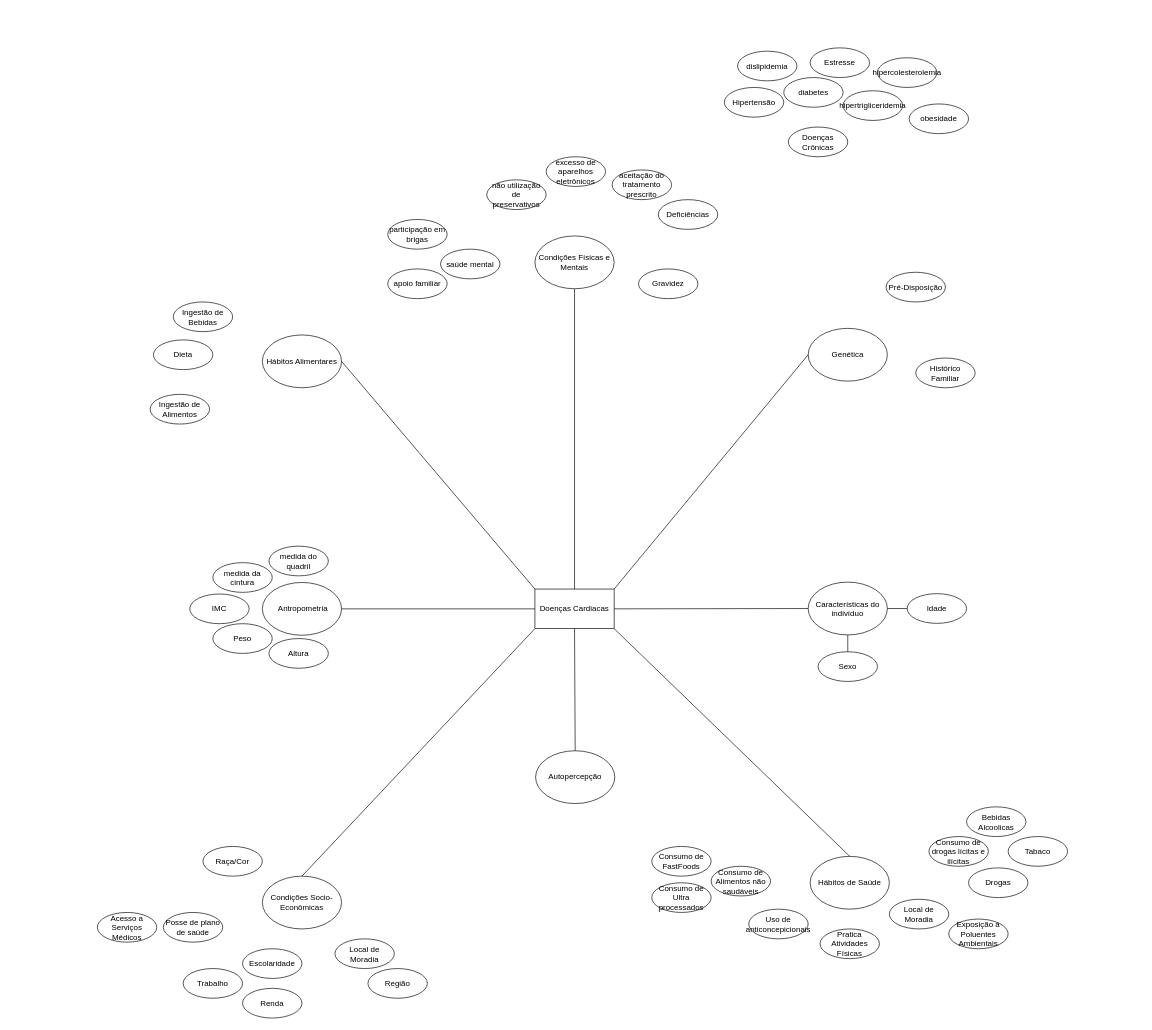
This is Adicionais/Diagrama sem nome.drawio from lay127/MD_DoencasCardiacas, a draw.io file, before an edit. Source tidied: cells renumbered, new cells numbered last; positions are measured from the earlier drawing's top-left corner, leaving out a move shared by most shapes. Both pictures are drawn from the tidied source at 66%, with x=0, y=0 at pixel (97, 48).
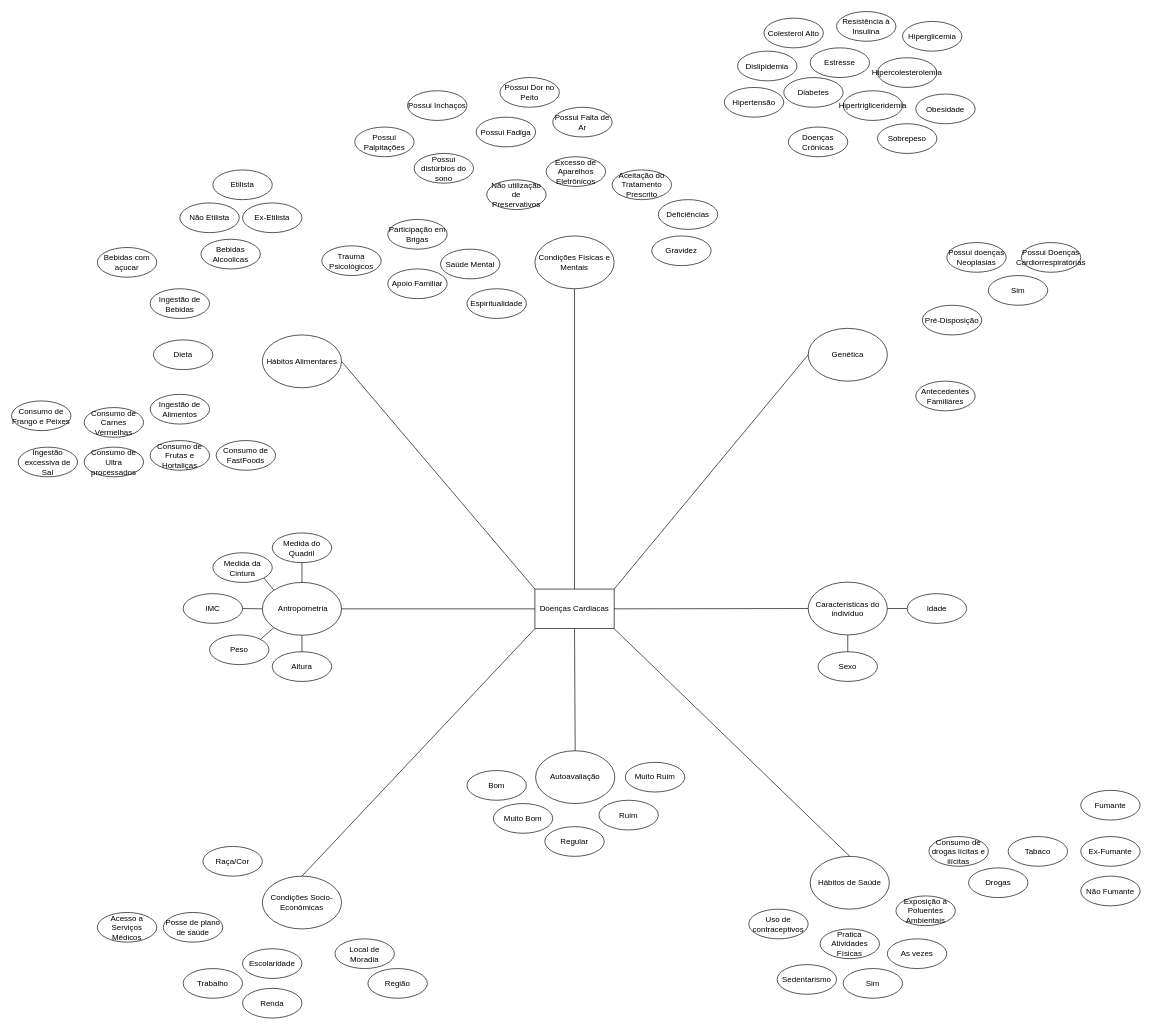
The same diagram, later.

The change refers to these unchanged cells:
```xml
<mxCell id="3" value="&amp;nbsp;Antropometria" style="ellipse;whiteSpace=wrap;html=1;fontStyle=0;" parent="1" vertex="1">
  <mxGeometry x="250" y="810" width="120" height="80" as="geometry" />
</mxCell>
```

What changed in the source:
```diff
@@
     <mxCell id="6" value="Peso" style="ellipse;whiteSpace=wrap;html=1;fontStyle=0;" parent="1" vertex="1">
-      <mxGeometry x="175" y="872.5" width="90" height="45" as="geometry" />
+      <mxGeometry x="170" y="889.5" width="90" height="45" as="geometry" />
     </mxCell>
     <mxCell id="7" value="Altura" style="ellipse;whiteSpace=wrap;html=1;fontStyle=0;" parent="1" vertex="1">
-      <mxGeometry x="260" y="895" width="90" height="45" as="geometry" />
+      <mxGeometry x="265" y="915" width="90" height="45" as="geometry" />
     </mxCell>
-    <mxCell id="8" value="medida da cintura" style="ellipse;whiteSpace=wrap;html=1;fontStyle=0;" parent="1" vertex="1">
-      <mxGeometry x="175" y="780" width="90" height="45" as="geometry" />
+    <mxCell id="8" value="Medida da Cintura" style="ellipse;whiteSpace=wrap;html=1;fontStyle=0;" parent="1" vertex="1">
+      <mxGeometry x="175" y="765" width="90" height="45" as="geometry" />
     </mxCell>
     <mxCell id="9" value="IMC" style="ellipse;whiteSpace=wrap;html=1;fontStyle=0;" parent="1" vertex="1">
-      <mxGeometry x="140" y="827.5" width="90" height="45" as="geometry" />
+      <mxGeometry x="130" y="827" width="90" height="45" as="geometry" />
     </mxCell>
-    <mxCell id="10" value="medida do quadril" style="ellipse;whiteSpace=wrap;html=1;fontStyle=0;" parent="1" vertex="1">
-      <mxGeometry x="260" y="755" width="90" height="45" as="geometry" />
+    <mxCell id="10" value="Medida do Quadril" style="ellipse;whiteSpace=wrap;html=1;fontStyle=0;" parent="1" vertex="1">
+      <mxGeometry x="265" y="735" width="90" height="45" as="geometry" />
     </mxCell>
@@
-    <mxCell id="26" value="Autopercepção" style="ellipse;whiteSpace=wrap;html=1;fontStyle=0;" parent="1" vertex="1">
+    <mxCell id="26" value="Autoavaliação" style="ellipse;whiteSpace=wrap;html=1;fontStyle=0;" parent="1" vertex="1">
       <mxGeometry x="664" y="1065" width="120" height="80" as="geometry" />
     </mxCell>
@@
-    <mxCell id="37" value="Bebidas Alcoolicas" style="ellipse;whiteSpace=wrap;html=1;fontStyle=0;" parent="1" vertex="1">
-      <mxGeometry x="1317" y="1150" width="90" height="45" as="geometry" />
-    </mxCell>
@@
-    <mxCell id="40" value="&lt;span class=&quot;notion-enable-hover&quot; style=&quot;&quot;&gt;Exposição a Poluentes Ambientais&lt;/span&gt;" style="ellipse;whiteSpace=wrap;html=1;fontStyle=0;" parent="1" vertex="1">
-      <mxGeometry x="1290" y="1320" width="90" height="45" as="geometry" />
-    </mxCell>
-    <mxCell id="41" value="Consumo de Ultra processados" style="ellipse;whiteSpace=wrap;html=1;fontStyle=0;" parent="1" vertex="1">
-      <mxGeometry x="840" y="1265" width="90" height="45" as="geometry" />
+    <mxCell id="41" value="Ingestão excessiva de Sal" style="ellipse;whiteSpace=wrap;html=1;fontStyle=0;" parent="1" vertex="1">
+      <mxGeometry x="-120" y="605" width="90" height="45" as="geometry" />
     </mxCell>
@@
-    <mxCell id="43" value="Local de Moradia" style="ellipse;whiteSpace=wrap;html=1;fontStyle=0;" parent="1" vertex="1">
-      <mxGeometry x="1200" y="1290" width="90" height="45" as="geometry" />
-    </mxCell>
-    <mxCell id="44" value="Uso de anticoncepicionais" style="ellipse;whiteSpace=wrap;html=1;fontStyle=0;" parent="1" vertex="1">
+    <mxCell id="44" value="Uso de contraceptivos" style="ellipse;whiteSpace=wrap;html=1;fontStyle=0;" parent="1" vertex="1">
       <mxGeometry x="987" y="1305" width="90" height="45" as="geometry" />
     </mxCell>
@@
-    <mxCell id="46" value="participação em brigas" style="ellipse;whiteSpace=wrap;html=1;fontStyle=0;" parent="1" vertex="1">
+    <mxCell id="46" value="Participação em Brigas" style="ellipse;whiteSpace=wrap;html=1;fontStyle=0;" parent="1" vertex="1">
       <mxGeometry x="440" y="260" width="90" height="45" as="geometry" />
     </mxCell>
@@
-    <mxCell id="48" value="apoio familiar" style="ellipse;whiteSpace=wrap;html=1;fontStyle=0;" parent="1" vertex="1">
+    <mxCell id="48" value="Apoio Familiar" style="ellipse;whiteSpace=wrap;html=1;fontStyle=0;" parent="1" vertex="1">
       <mxGeometry x="440" y="335" width="90" height="45" as="geometry" />
     </mxCell>
-    <mxCell id="49" value="não utilização de preservativos" style="ellipse;whiteSpace=wrap;html=1;fontStyle=0;" parent="1" vertex="1">
+    <mxCell id="49" value="Não utilização de Preservativos" style="ellipse;whiteSpace=wrap;html=1;fontStyle=0;" parent="1" vertex="1">
       <mxGeometry x="590" y="200" width="90" height="45" as="geometry" />
     </mxCell>
     <mxCell id="50" value="Ingestão de Bebidas" style="ellipse;whiteSpace=wrap;html=1;fontStyle=0;" parent="1" vertex="1">
-      <mxGeometry x="115" y="385" width="90" height="45" as="geometry" />
+      <mxGeometry x="80" y="365" width="90" height="45" as="geometry" />
     </mxCell>
-    <mxCell id="51" value="saúde mental" style="ellipse;whiteSpace=wrap;html=1;fontStyle=0;" parent="1" vertex="1">
+    <mxCell id="51" value="Saúde Mental" style="ellipse;whiteSpace=wrap;html=1;fontStyle=0;" parent="1" vertex="1">
       <mxGeometry x="520" y="305" width="90" height="45" as="geometry" />
     </mxCell>
@@
-    <mxCell id="54" value="aceitação do tratamento prescrito" style="ellipse;whiteSpace=wrap;html=1;fontStyle=0;" parent="1" vertex="1">
+    <mxCell id="54" value="Aceitação do Tratamento Prescrito" style="ellipse;whiteSpace=wrap;html=1;fontStyle=0;" parent="1" vertex="1">
       <mxGeometry x="780" y="185" width="90" height="45" as="geometry" />
     </mxCell>
-    <mxCell id="55" value="excesso de aparelhos eletrônicos" style="ellipse;whiteSpace=wrap;html=1;fontStyle=0;" parent="1" vertex="1">
+    <mxCell id="55" value="Excesso de Aparelhos Eletrônicos" style="ellipse;whiteSpace=wrap;html=1;fontStyle=0;" parent="1" vertex="1">
       <mxGeometry x="680" y="165" width="90" height="45" as="geometry" />
     </mxCell>
     <mxCell id="56" value="Gravidez" style="ellipse;whiteSpace=wrap;html=1;fontStyle=0;" parent="1" vertex="1">
-      <mxGeometry x="820" y="335" width="90" height="45" as="geometry" />
+      <mxGeometry x="840" y="285" width="90" height="45" as="geometry" />
     </mxCell>
-    <mxCell id="57" value="Histórico Familiar" style="ellipse;whiteSpace=wrap;html=1;fontStyle=0;" parent="1" vertex="1">
-      <mxGeometry x="1240" y="470" width="90" height="45" as="geometry" />
+    <mxCell id="57" value="Antecedentes Familiares " style="ellipse;whiteSpace=wrap;html=1;fontStyle=0;" parent="1" vertex="1">
+      <mxGeometry x="1240" y="505" width="90" height="45" as="geometry" />
     </mxCell>
-    <mxCell id="58" value="Pré-Disposição" style="ellipse;whiteSpace=wrap;html=1;fontStyle=0;" parent="1" vertex="1">
-      <mxGeometry x="1195" y="340" width="90" height="45" as="geometry" />
+    <mxCell id="58" value="Possui doenças Neoplasias" style="ellipse;whiteSpace=wrap;html=1;fontStyle=0;" parent="1" vertex="1">
+      <mxGeometry x="1287" y="295" width="90" height="45" as="geometry" />
     </mxCell>
@@
-    <mxCell id="61" value="&lt;span class=&quot;notion-enable-hover&quot; style=&quot;&quot;&gt;dislipidemia&lt;/span&gt;" style="ellipse;whiteSpace=wrap;html=1;fontStyle=0;" parent="1" vertex="1">
+    <mxCell id="61" value="&lt;span class=&quot;notion-enable-hover&quot; style=&quot;&quot;&gt;Dislipidemia&lt;/span&gt;" style="ellipse;whiteSpace=wrap;html=1;fontStyle=0;" parent="1" vertex="1">
       <mxGeometry x="970" y="5" width="90" height="45" as="geometry" />
     </mxCell>
-    <mxCell id="62" value="&lt;span class=&quot;notion-enable-hover&quot; style=&quot;&quot;&gt;hipertrigliceridemia&lt;/span&gt;" style="ellipse;whiteSpace=wrap;html=1;fontStyle=0;" parent="1" vertex="1">
+    <mxCell id="62" value="&lt;span class=&quot;notion-enable-hover&quot; style=&quot;&quot;&gt;Hipertrigliceridemia&lt;/span&gt;" style="ellipse;whiteSpace=wrap;html=1;fontStyle=0;" parent="1" vertex="1">
       <mxGeometry x="1130" y="65" width="90" height="45" as="geometry" />
     </mxCell>
-    <mxCell id="63" value="&lt;span class=&quot;notion-enable-hover&quot; style=&quot;&quot;&gt;hipercolesterolemia&lt;/span&gt;" style="ellipse;whiteSpace=wrap;html=1;fontStyle=0;" parent="1" vertex="1">
+    <mxCell id="63" value="&lt;span class=&quot;notion-enable-hover&quot; style=&quot;&quot;&gt;Hipercolesterolemia&lt;/span&gt;" style="ellipse;whiteSpace=wrap;html=1;fontStyle=0;" parent="1" vertex="1">
       <mxGeometry x="1182" y="15" width="90" height="45" as="geometry" />
     </mxCell>
-    <mxCell id="64" value="&lt;span class=&quot;notion-enable-hover&quot; style=&quot;&quot;&gt;obesidade&lt;/span&gt;" style="ellipse;whiteSpace=wrap;html=1;fontStyle=0;" parent="1" vertex="1">
-      <mxGeometry x="1230" y="85" width="90" height="45" as="geometry" />
+    <mxCell id="64" value="&lt;span class=&quot;notion-enable-hover&quot; style=&quot;&quot;&gt;Sobrepeso&lt;/span&gt;" style="ellipse;whiteSpace=wrap;html=1;fontStyle=0;" parent="1" vertex="1">
+      <mxGeometry x="1182" y="115" width="90" height="45" as="geometry" />
     </mxCell>
-    <mxCell id="65" value="&lt;span class=&quot;notion-enable-hover&quot; style=&quot;&quot;&gt;diabetes&lt;/span&gt;" style="ellipse;whiteSpace=wrap;html=1;fontStyle=0;" parent="1" vertex="1">
+    <mxCell id="65" value="&lt;span class=&quot;notion-enable-hover&quot; style=&quot;&quot;&gt;Diabetes&lt;/span&gt;" style="ellipse;whiteSpace=wrap;html=1;fontStyle=0;" parent="1" vertex="1">
       <mxGeometry x="1040" y="45" width="90" height="45" as="geometry" />
     </mxCell>
     <mxCell id="66" value="Consumo de FastFoods" style="ellipse;whiteSpace=wrap;html=1;fontStyle=0;" parent="1" vertex="1">
-      <mxGeometry x="840" y="1210" width="90" height="45" as="geometry" />
+      <mxGeometry x="180" y="595" width="90" height="45" as="geometry" />
     </mxCell>
-    <mxCell id="67" value="Consumo de Alimentos não saudáveis" style="ellipse;whiteSpace=wrap;html=1;fontStyle=0;" parent="1" vertex="1">
-      <mxGeometry x="930" y="1240" width="90" height="45" as="geometry" />
-    </mxCell>
+    <mxCell id="68" value="&lt;span class=&quot;notion-enable-hover&quot; style=&quot;&quot;&gt;Obesidade&lt;/span&gt;" style="ellipse;whiteSpace=wrap;html=1;fontStyle=0;" parent="1" vertex="1">
+      <mxGeometry x="1240" y="70" width="90" height="45" as="geometry" />
+    </mxCell>
+    <mxCell id="69" value="Consumo de Frutas e Hortaliças" style="ellipse;whiteSpace=wrap;html=1;fontStyle=0;" parent="1" vertex="1">
+      <mxGeometry x="80" y="595" width="90" height="45" as="geometry" />
+    </mxCell>
+    <mxCell id="70" value="Colesterol Alto" style="ellipse;whiteSpace=wrap;html=1;fontStyle=0;" parent="1" vertex="1">
+      <mxGeometry x="1010" y="-45" width="90" height="45" as="geometry" />
+    </mxCell>
+    <mxCell id="71" value="Fumante" style="ellipse;whiteSpace=wrap;html=1;fontStyle=0;" parent="1" vertex="1">
+      <mxGeometry x="1490" y="1125" width="90" height="45" as="geometry" />
+    </mxCell>
+    <mxCell id="72" value="Não Fumante" style="ellipse;whiteSpace=wrap;html=1;fontStyle=0;" parent="1" vertex="1">
+      <mxGeometry x="1490" y="1255" width="90" height="45" as="geometry" />
+    </mxCell>
+    <mxCell id="73" value="Ex-Fumante" style="ellipse;whiteSpace=wrap;html=1;fontStyle=0;" parent="1" vertex="1">
+      <mxGeometry x="1490" y="1195" width="90" height="45" as="geometry" />
+    </mxCell>
+    <mxCell id="74" value="Bom" style="ellipse;whiteSpace=wrap;html=1;fontStyle=0;" parent="1" vertex="1">
+      <mxGeometry x="560" y="1095" width="90" height="45" as="geometry" />
+    </mxCell>
+    <mxCell id="75" value="Muito Bom" style="ellipse;whiteSpace=wrap;html=1;fontStyle=0;" parent="1" vertex="1">
+      <mxGeometry x="600" y="1145" width="90" height="45" as="geometry" />
+    </mxCell>
+    <mxCell id="76" value="Regular" style="ellipse;whiteSpace=wrap;html=1;fontStyle=0;" parent="1" vertex="1">
+      <mxGeometry x="678" y="1180" width="90" height="45" as="geometry" />
+    </mxCell>
+    <mxCell id="77" value="Ruim" style="ellipse;whiteSpace=wrap;html=1;fontStyle=0;" parent="1" vertex="1">
+      <mxGeometry x="760" y="1140" width="90" height="45" as="geometry" />
+    </mxCell>
+    <mxCell id="78" value="Muito Ruim" style="ellipse;whiteSpace=wrap;html=1;fontStyle=0;" parent="1" vertex="1">
+      <mxGeometry x="800" y="1082.5" width="90" height="45" as="geometry" />
+    </mxCell>
+    <mxCell id="79" value="Consumo de Ultra processados" style="ellipse;whiteSpace=wrap;html=1;fontStyle=0;" parent="1" vertex="1">
+      <mxGeometry x="-20" y="605" width="90" height="45" as="geometry" />
+    </mxCell>
+    <mxCell id="80" value="Pré-Disposição" style="ellipse;whiteSpace=wrap;html=1;fontStyle=0;" parent="1" vertex="1">
+      <mxGeometry x="1250" y="390" width="90" height="45" as="geometry" />
+    </mxCell>
+    <mxCell id="81" value="Bebidas com açucar" style="ellipse;whiteSpace=wrap;html=1;fontStyle=0;" parent="1" vertex="1">
+      <mxGeometry y="302.5" width="90" height="45" as="geometry" />
+    </mxCell>
+    <mxCell id="82" value="Consumo de Frango e Peixes" style="ellipse;whiteSpace=wrap;html=1;fontStyle=0;" parent="1" vertex="1">
+      <mxGeometry x="-130" y="535" width="90" height="45" as="geometry" />
+    </mxCell>
+    <mxCell id="83" value="Consumo de Carnes Vermelhas" style="ellipse;whiteSpace=wrap;html=1;fontStyle=0;" parent="1" vertex="1">
+      <mxGeometry x="-20" y="545" width="90" height="45" as="geometry" />
+    </mxCell>
+    <mxCell id="37" value="Bebidas Alcoolicas" style="ellipse;whiteSpace=wrap;html=1;fontStyle=0;" parent="1" vertex="1">
+      <mxGeometry x="157" y="290" width="90" height="45" as="geometry" />
+    </mxCell>
+    <mxCell id="84" value="Ex-Etilista" style="ellipse;whiteSpace=wrap;html=1;fontStyle=0;" parent="1" vertex="1">
+      <mxGeometry x="220" y="235" width="90" height="45" as="geometry" />
+    </mxCell>
+    <mxCell id="85" value="Não Etilista" style="ellipse;whiteSpace=wrap;html=1;fontStyle=0;" parent="1" vertex="1">
+      <mxGeometry x="125" y="235" width="90" height="45" as="geometry" />
+    </mxCell>
+    <mxCell id="40" value="&lt;span class=&quot;notion-enable-hover&quot; style=&quot;&quot;&gt;Exposição a Poluentes Ambientais&lt;/span&gt;" style="ellipse;whiteSpace=wrap;html=1;fontStyle=0;" parent="1" vertex="1">
+      <mxGeometry x="1210" y="1285" width="90" height="45" as="geometry" />
+    </mxCell>
+    <mxCell id="86" value="Sedentarismo" style="ellipse;whiteSpace=wrap;html=1;fontStyle=0;" parent="1" vertex="1">
+      <mxGeometry x="1030" y="1389" width="90" height="45" as="geometry" />
+    </mxCell>
+    <mxCell id="87" value="&lt;span class=&quot;notion-enable-hover&quot; style=&quot;&quot;&gt;Sim&lt;/span&gt;" style="ellipse;whiteSpace=wrap;html=1;fontStyle=0;" parent="1" vertex="1">
+      <mxGeometry x="1130" y="1395" width="90" height="45" as="geometry" />
+    </mxCell>
+    <mxCell id="88" value="As vezes" style="ellipse;whiteSpace=wrap;html=1;fontStyle=0;" parent="1" vertex="1">
+      <mxGeometry x="1197" y="1350" width="90" height="45" as="geometry" />
+    </mxCell>
+    <mxCell id="89" value="Resistência à Insulina" style="ellipse;whiteSpace=wrap;html=1;fontStyle=0;" parent="1" vertex="1">
+      <mxGeometry x="1120" y="-55" width="90" height="45" as="geometry" />
+    </mxCell>
+    <mxCell id="90" value="Sim" style="ellipse;whiteSpace=wrap;html=1;fontStyle=0;" parent="1" vertex="1">
+      <mxGeometry x="1350" y="345" width="90" height="45" as="geometry" />
+    </mxCell>
+    <mxCell id="91" value="Possui Doenças&lt;br&gt;Cardiorrespiratórias " style="ellipse;whiteSpace=wrap;html=1;fontStyle=0;" parent="1" vertex="1">
+      <mxGeometry x="1400" y="295" width="90" height="45" as="geometry" />
+    </mxCell>
+    <mxCell id="92" value="Espiritualidade" style="ellipse;whiteSpace=wrap;html=1;fontStyle=0;" parent="1" vertex="1">
+      <mxGeometry x="560" y="365" width="90" height="45" as="geometry" />
+    </mxCell>
+    <mxCell id="93" value="Trauma Psicológicos" style="ellipse;whiteSpace=wrap;html=1;fontStyle=0;" parent="1" vertex="1">
+      <mxGeometry x="340" y="300" width="90" height="45" as="geometry" />
+    </mxCell>
+    <mxCell id="94" value="Possui distúrbios do sono" style="ellipse;whiteSpace=wrap;html=1;fontStyle=0;" parent="1" vertex="1">
+      <mxGeometry x="480" y="160" width="90" height="45" as="geometry" />
+    </mxCell>
+    <mxCell id="95" value="Possui Fadiga" style="ellipse;whiteSpace=wrap;html=1;fontStyle=0;" parent="1" vertex="1">
+      <mxGeometry x="574" y="105" width="90" height="45" as="geometry" />
+    </mxCell>
+    <mxCell id="96" value="Possui Falta de Ar" style="ellipse;whiteSpace=wrap;html=1;fontStyle=0;" parent="1" vertex="1">
+      <mxGeometry x="690" y="90" width="90" height="45" as="geometry" />
+    </mxCell>
+    <mxCell id="97" value="Possui Dor no Peito" style="ellipse;whiteSpace=wrap;html=1;fontStyle=0;" parent="1" vertex="1">
+      <mxGeometry x="610" y="45" width="90" height="45" as="geometry" />
+    </mxCell>
+    <mxCell id="98" value="Possui Inchaços" style="ellipse;whiteSpace=wrap;html=1;fontStyle=0;" parent="1" vertex="1">
+      <mxGeometry x="470" y="65" width="90" height="45" as="geometry" />
+    </mxCell>
+    <mxCell id="99" value="Possui Palpitações" style="ellipse;whiteSpace=wrap;html=1;fontStyle=0;" parent="1" vertex="1">
+      <mxGeometry x="390" y="120" width="90" height="45" as="geometry" />
+    </mxCell>
+    <mxCell id="100" value="&lt;span class=&quot;notion-enable-hover&quot; style=&quot;&quot;&gt;Hiperglicemia&lt;/span&gt;" style="ellipse;whiteSpace=wrap;html=1;fontStyle=0;" parent="1" vertex="1">
+      <mxGeometry x="1220" y="-40" width="90" height="45" as="geometry" />
+    </mxCell>
+    <mxCell id="101" value="Etilista" style="ellipse;whiteSpace=wrap;html=1;fontStyle=0;" parent="1" vertex="1">
+      <mxGeometry x="175" y="185" width="90" height="45" as="geometry" />
+    </mxCell>
+    <mxCell id="102" style="endArrow=none;html=1;rounded=0;entryX=0.5;entryY=1;entryDx=0;entryDy=0;exitX=0.5;exitY=0;exitDx=0;exitDy=0;" parent="1" edge="1" source="3" target="10">
+      <mxGeometry relative="1" as="geometry" />
+    </mxCell>
+    <mxCell id="103" style="endArrow=none;html=1;rounded=0;entryX=0.5;entryY=0;entryDx=0;entryDy=0;exitX=0.5;exitY=1;exitDx=0;exitDy=0;" parent="1" edge="1" source="3" target="7">
+      <mxGeometry relative="1" as="geometry" />
+    </mxCell>
+    <mxCell id="104" style="endArrow=none;html=1;rounded=0;exitX=1;exitY=0;exitDx=0;exitDy=0;entryX=0;entryY=1;entryDx=0;entryDy=0;" parent="1" edge="1" source="6" target="3">
+      <mxGeometry relative="1" as="geometry" />
+    </mxCell>
+    <mxCell id="105" style="endArrow=none;html=1;rounded=0;entryX=1;entryY=1;entryDx=0;entryDy=0;exitX=0;exitY=0;exitDx=0;exitDy=0;" parent="1" edge="1" source="3" target="8">
+      <mxGeometry relative="1" as="geometry" />
+    </mxCell>
+    <mxCell id="106" style="endArrow=none;html=1;rounded=0;exitX=1;exitY=0.5;exitDx=0;exitDy=0;entryX=0;entryY=0.5;entryDx=0;entryDy=0;" parent="1" edge="1" source="9" target="3">
+      <mxGeometry relative="1" as="geometry" />
+    </mxCell>
```
